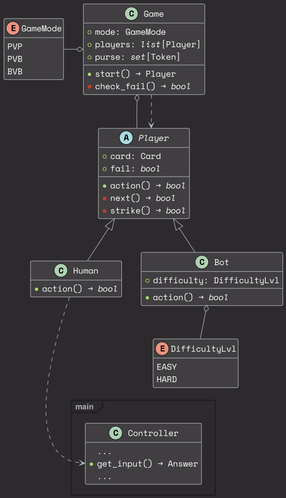
Earlier version of the PlantUML export docs/game.png (learning-AIU/python-developer-9).
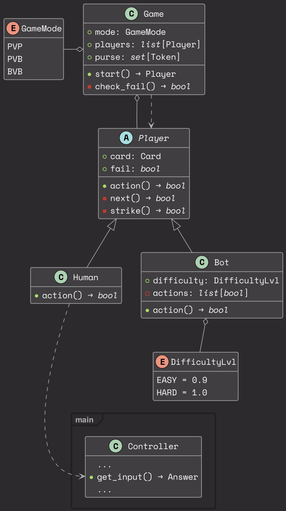
Later version of the same file.

Diff of the diagram source:
```diff
@@ -12,8 +12,8 @@
     BVB
 }
 enum DifficultyLvl {
-    EASY
-    HARD
+    EASY = 0.9
+    HARD = 1.0
 }
 
 
@@ -33,6 +33,7 @@
 
 class Bot {
     +difficulty: DifficultyLvl
+    -actions: <i>list</i>[<i>bool</i>]
     +action() → <i>bool</i>
 }
 
```
